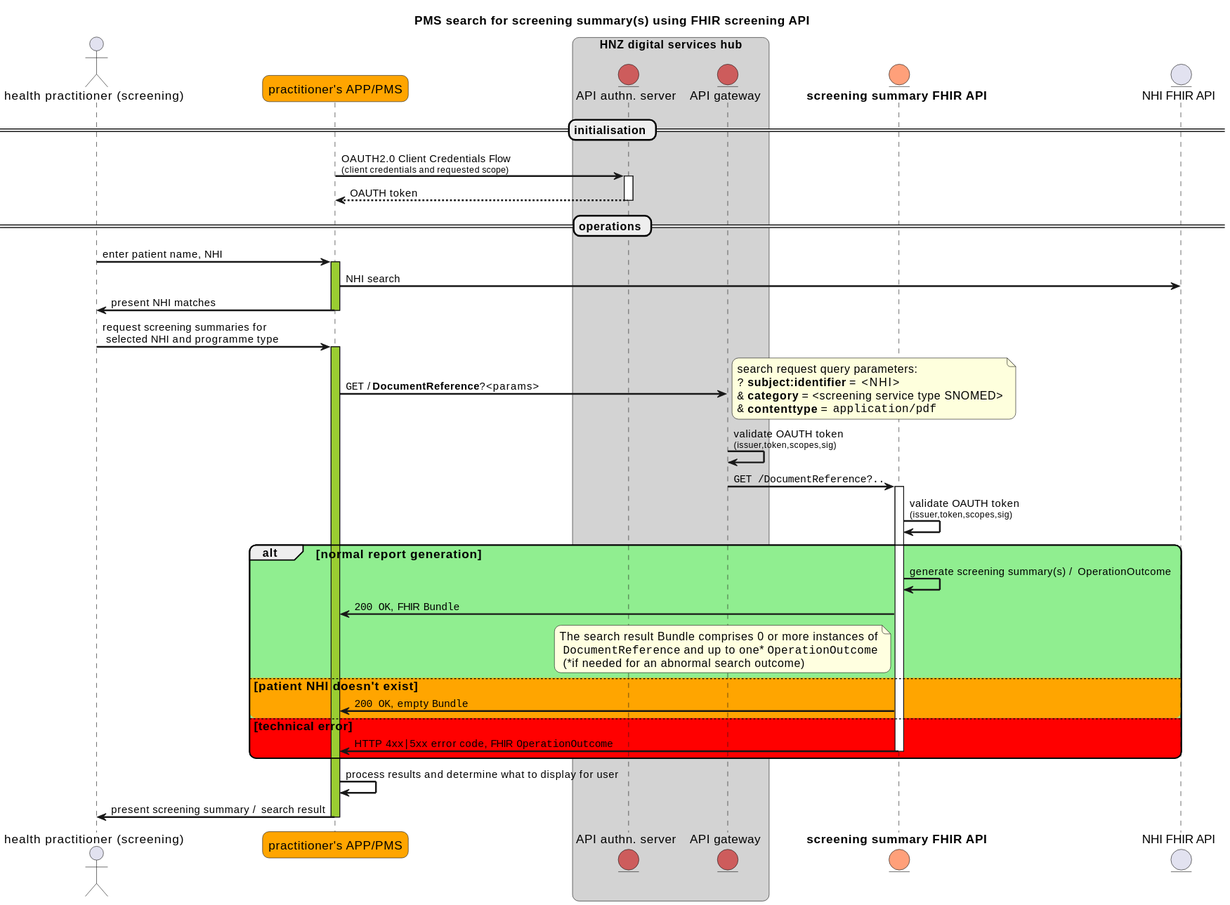
Earlier version of the PlantUML export input/images/seq-fhir-screening-API.svg (tewhatuora/fhir-screening). Its diagram source:
```plantuml
@startuml
autonumber "<b> 00"

skinparam ArrowFontSize 16
skinparam BoxPadding 10
skinparam dpi 400
skinparam MaxMessageSize 350
skinparam NoteFontSize 13
skinparam ParticipantPadding 5
skinparam responseMessageBelowArrow true
skinparam roundcorner 15
skinparam sequenceArrowThickness 2
skinparam SequenceMessageAlignment left
skinparam ArrowFontSize 12
skinparam sequenceStyle uml2
skinparam sequencegroupfontsize 14
skinparam SequenceGroupBodyBackgroundColor #EEEEFF50


scale max 400 width
scale 300*500

actor "health practitioner (screening)" as USER
participant "practitioner's APP/PMS" as APIC #Orange

box "HNZ digital services hub" #LightGrey
  entity "API authn. server" as ROSIE #IndianRed
  entity "API gateway" as APIG #IndianRed
end box

entity "**screening summary FHIR API**" as FHIR #LightSalmon
entity "NHI FHIR API" as NHI

autonumber stop

title "PMS search for screening summary(s) using FHIR screening API"

== initialisation ==

APIC -> ROSIE++: OAUTH2.0 Client Credentials Flow\n<size:10>(client credentials and requested scope)</size>
return OAUTH token

== operations ==

USER -> APIC++ #YellowGreen: enter patient name, NHI
APIC -> NHI: NHI search
APIC -> USER--: present NHI matches

USER -> APIC++ #YellowGreen: request screening summaries for\n selected NHI and programme type

APIC -> APIG: ""GET"" /**DocumentReference**?<params>
note right
  search request query parameters:
  ""?"" **subject:identifier** = <NHI>
  ""&"" **category** = <screening service type SNOMED>
  ""&"" **contenttype** = ""application/pdf""
end note
APIG -> APIG: validate OAUTH token\n<size:10>(issuer,token,scopes,sig)</size>
APIG -> FHIR++: ""GET /DocumentReference?..""
FHIR -> FHIR: validate OAUTH token\n<size:10>(issuer,token,scopes,sig)</size>
alt #LightGreen normal report generation
FHIR -> FHIR: generate screening summary(s) / OperationOutcome
FHIR -> APIC: ""200 OK"", FHIR ""Bundle""
note left of FHIR #LightYellow
  The search result Bundle comprises 0 or more instances of
   ""DocumentReference"" and up to one* ""OperationOutcome""
   (*if needed for an abnormal search outcome)
end note

else #Orange patient NHI doesn't exist
FHIR -> APIC: ""200 OK"", empty ""Bundle""
else #Red technical error
FHIR -> APIC--: HTTP ""4xx|5xx"" error code, FHIR ""OperationOutcome""
end

APIC -> APIC: process results and determine what to display for user

APIC -> USER--: present screening summary / search result











@enduml
```
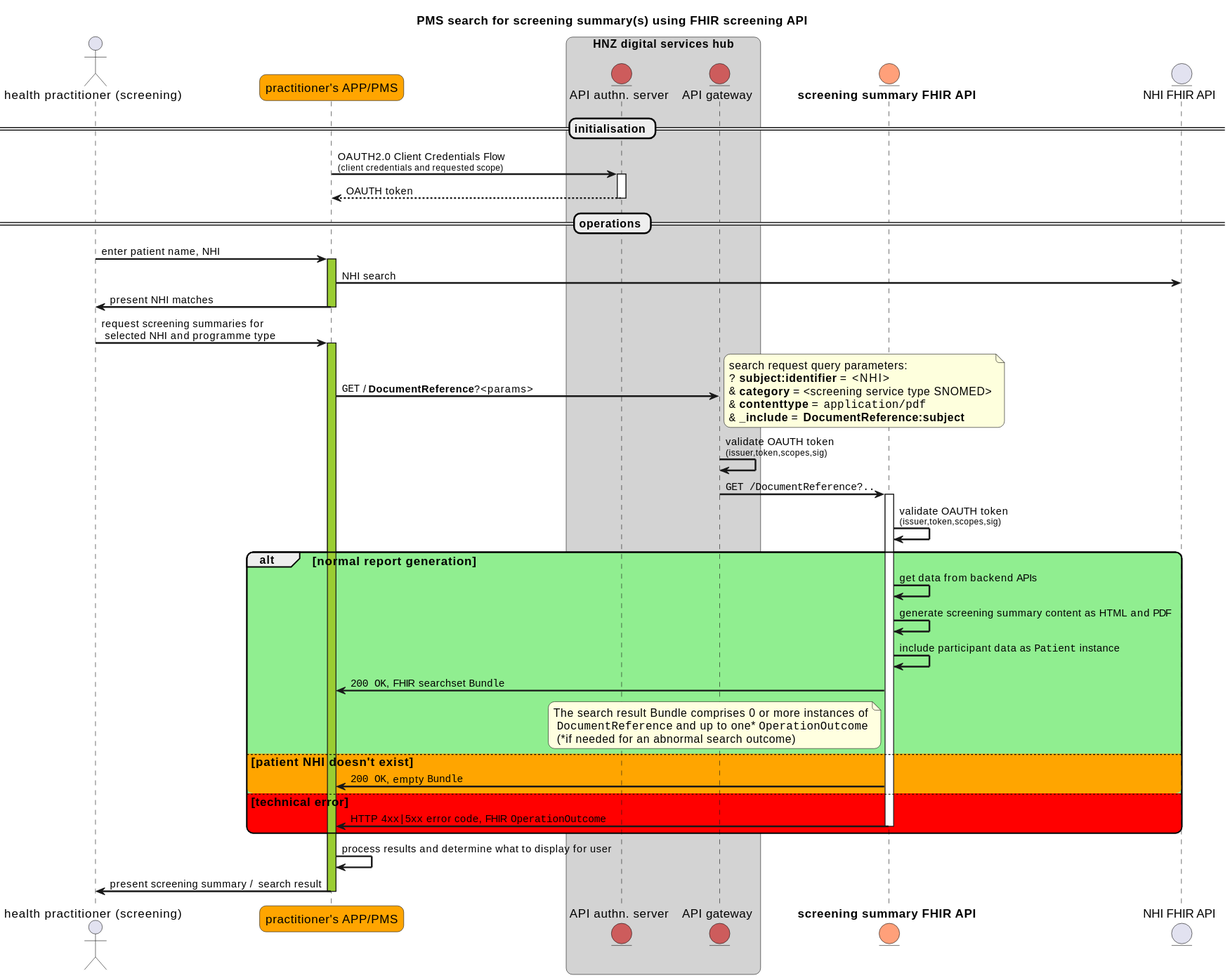
After the commit.

Diff of the diagram source:
```diff
@@ -54,13 +54,16 @@
   ""?"" **subject:identifier** = <NHI>
   ""&"" **category** = <screening service type SNOMED>
   ""&"" **contenttype** = ""application/pdf""
+  ""&"" **_include** = **DocumentReference:subject**
 end note
 APIG -> APIG: validate OAUTH token\n<size:10>(issuer,token,scopes,sig)</size>
 APIG -> FHIR++: ""GET /DocumentReference?..""
 FHIR -> FHIR: validate OAUTH token\n<size:10>(issuer,token,scopes,sig)</size>
 alt #LightGreen normal report generation
-FHIR -> FHIR: generate screening summary(s) / OperationOutcome
-FHIR -> APIC: ""200 OK"", FHIR ""Bundle""
+FHIR -> FHIR: get data from backend APIs
+FHIR -> FHIR: generate screening summary content as HTML and PDF
+FHIR -> FHIR: include participant data as ""Patient"" instance
+FHIR -> APIC: ""200 OK"", FHIR searchset ""Bundle""
 note left of FHIR #LightYellow
   The search result Bundle comprises 0 or more instances of
    ""DocumentReference"" and up to one* ""OperationOutcome""
```
